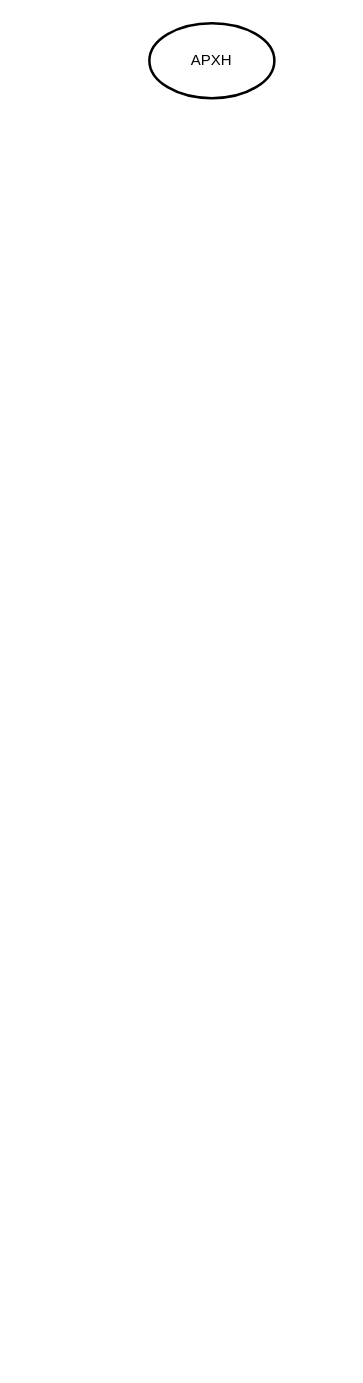
Above: Untitled Diagram.drawio in konstantinosk31/Microcomputer-Systems (draw.io), before the change. Source tidied: cells renumbered, new cells numbered last; positions are measured from the earlier drawing's top-left corner, leaving out a move shared by most shapes. Both pictures are drawn from the tidied source at 125%, with x=0, y=0 at pixel (149, 22).
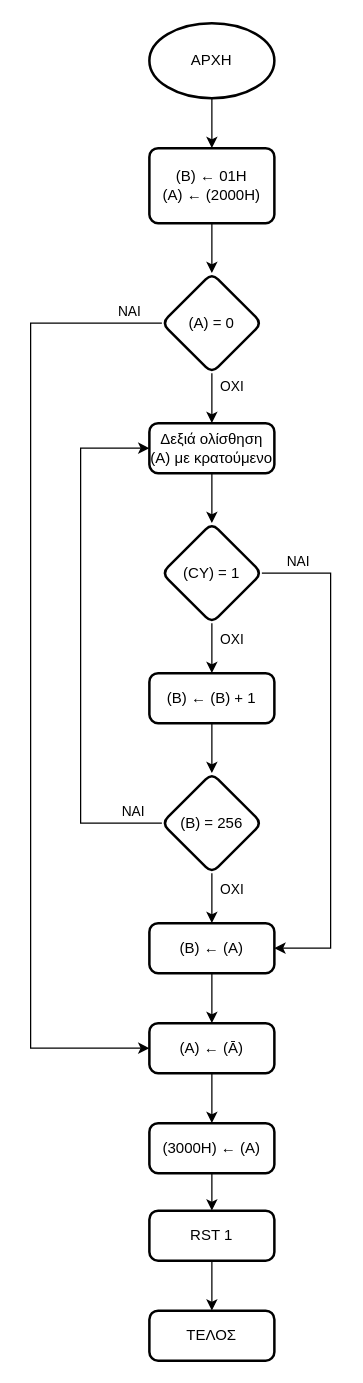
After the change.

Unchanged cells that the change refers to:
```xml
<mxCell id="2" value="ΑΡΧΗ" style="strokeWidth=2;html=1;shape=mxgraph.flowchart.start_1;whiteSpace=wrap;" parent="1" vertex="1">
  <mxGeometry width="100" height="60" as="geometry" />
</mxCell>
```

Diff of the diagram source:
```diff
@@
+    <mxCell id="3" style="edgeStyle=orthogonalEdgeStyle;rounded=0;jettySize=auto;html=1;" parent="1" edge="1" source="2" target="5">
+      <mxGeometry relative="1" as="geometry" />
+    </mxCell>
@@
+    <mxCell id="4" style="edgeStyle=orthogonalEdgeStyle;rounded=0;jettySize=auto;html=1;" parent="1" edge="1" source="5" target="10">
+      <mxGeometry relative="1" as="geometry" />
+    </mxCell>
+    <mxCell id="5" value="&lt;div&gt;(Β) ← 01H&lt;/div&gt;&lt;div&gt;(A) ← (2000H)&lt;/div&gt;" style="rounded=1;whiteSpace=wrap;html=1;absoluteArcSize=1;arcSize=14;strokeWidth=2;" parent="1" vertex="1">
+      <mxGeometry y="100" width="100" height="60" as="geometry" />
+    </mxCell>
+    <mxCell id="6" style="edgeStyle=orthogonalEdgeStyle;rounded=0;jettySize=auto;html=1;entryX=0;entryY=0.5;entryDx=0;entryDy=0;" parent="1" edge="1" source="10" target="28">
+      <mxGeometry relative="1" as="geometry">
+        <Array as="points">
+          <mxPoint x="-95" y="240" />
+          <mxPoint x="-95" y="820" />
+        </Array>
+      </mxGeometry>
+    </mxCell>
+    <mxCell id="7" value="ΝΑΙ" style="edgeLabel;html=1;align=center;verticalAlign=middle;" parent="6" vertex="1">
+      <mxGeometry x="-0.94" y="-1" relative="1" as="geometry">
+        <mxPoint x="-4" y="-9" as="offset" />
+      </mxGeometry>
+    </mxCell>
+    <mxCell id="8" style="edgeStyle=orthogonalEdgeStyle;rounded=0;jettySize=auto;html=1;" parent="1" edge="1" source="10" target="12">
+      <mxGeometry relative="1" as="geometry" />
+    </mxCell>
+    <mxCell id="9" value="ΟΧΙ" style="edgeLabel;html=1;align=center;verticalAlign=middle;" parent="8" vertex="1">
+      <mxGeometry x="-0.53" y="-1" relative="1" as="geometry">
+        <mxPoint x="16" y="1" as="offset" />
+      </mxGeometry>
+    </mxCell>
+    <mxCell id="10" value="(A) = 0" style="rhombus;whiteSpace=wrap;html=1;rounded=1;arcSize=14;strokeWidth=2;" parent="1" vertex="1">
+      <mxGeometry x="10" y="200" width="80" height="80" as="geometry" />
+    </mxCell>
+    <mxCell id="11" style="edgeStyle=orthogonalEdgeStyle;rounded=0;jettySize=auto;html=1;" parent="1" edge="1" source="12" target="17">
+      <mxGeometry relative="1" as="geometry" />
+    </mxCell>
+    <mxCell id="12" value="Δεξιά ολίσθηση (Α) με κρατούμενο" style="rounded=1;whiteSpace=wrap;html=1;absoluteArcSize=1;arcSize=14;strokeWidth=2;" parent="1" vertex="1">
+      <mxGeometry y="320" width="100" height="40" as="geometry" />
+    </mxCell>
+    <mxCell id="13" style="edgeStyle=orthogonalEdgeStyle;rounded=0;jettySize=auto;html=1;exitX=1;exitY=0.5;exitDx=0;exitDy=0;entryX=1;entryY=0.5;entryDx=0;entryDy=0;" parent="1" edge="1" source="17" target="26">
+      <mxGeometry relative="1" as="geometry">
+        <Array as="points">
+          <mxPoint x="145" y="440" />
+          <mxPoint x="145" y="740" />
+        </Array>
+      </mxGeometry>
+    </mxCell>
+    <mxCell id="14" value="ΝΑΙ" style="edgeLabel;html=1;align=center;verticalAlign=middle;" parent="13" vertex="1">
+      <mxGeometry x="-0.86" y="1" relative="1" as="geometry">
+        <mxPoint y="-9" as="offset" />
+      </mxGeometry>
+    </mxCell>
+    <mxCell id="15" style="edgeStyle=orthogonalEdgeStyle;rounded=0;jettySize=auto;html=1;" parent="1" edge="1" source="17" target="19">
+      <mxGeometry relative="1" as="geometry" />
+    </mxCell>
+    <mxCell id="16" value="ΟΧΙ" style="edgeLabel;html=1;align=center;verticalAlign=middle;" parent="15" vertex="1">
+      <mxGeometry x="-0.42" y="-1" relative="1" as="geometry">
+        <mxPoint x="16" as="offset" />
+      </mxGeometry>
+    </mxCell>
+    <mxCell id="17" value="(CY) = 1" style="rhombus;whiteSpace=wrap;html=1;rounded=1;arcSize=14;strokeWidth=2;" parent="1" vertex="1">
+      <mxGeometry x="10" y="400" width="80" height="80" as="geometry" />
+    </mxCell>
+    <mxCell id="18" style="edgeStyle=orthogonalEdgeStyle;rounded=0;jettySize=auto;html=1;" parent="1" edge="1" source="19" target="24">
+      <mxGeometry relative="1" as="geometry" />
+    </mxCell>
+    <mxCell id="19" value="(B) ← (B) + 1" style="rounded=1;whiteSpace=wrap;html=1;absoluteArcSize=1;arcSize=14;strokeWidth=2;" parent="1" vertex="1">
+      <mxGeometry y="520" width="100" height="40" as="geometry" />
+    </mxCell>
+    <mxCell id="20" style="edgeStyle=orthogonalEdgeStyle;rounded=0;jettySize=auto;html=1;" parent="1" edge="1" source="24" target="26">
+      <mxGeometry relative="1" as="geometry" />
+    </mxCell>
+    <mxCell id="21" value="ΟΧΙ" style="edgeLabel;html=1;align=center;verticalAlign=middle;" parent="20" vertex="1">
+      <mxGeometry x="-0.42" relative="1" as="geometry">
+        <mxPoint x="15" as="offset" />
+      </mxGeometry>
+    </mxCell>
+    <mxCell id="22" style="edgeStyle=orthogonalEdgeStyle;rounded=0;jettySize=auto;html=1;entryX=0;entryY=0.5;entryDx=0;entryDy=0;" parent="1" edge="1" source="24" target="12">
+      <mxGeometry relative="1" as="geometry">
+        <Array as="points">
+          <mxPoint x="-55" y="640" />
+          <mxPoint x="-55" y="340" />
+        </Array>
+      </mxGeometry>
+    </mxCell>
+    <mxCell id="23" value="ΝΑΙ" style="edgeLabel;html=1;align=center;verticalAlign=middle;" parent="22" vertex="1">
+      <mxGeometry x="-0.83" y="-1" relative="1" as="geometry">
+        <mxPoint x="12" y="-9" as="offset" />
+      </mxGeometry>
+    </mxCell>
+    <mxCell id="24" value="(B) = 256" style="rhombus;whiteSpace=wrap;html=1;rounded=1;arcSize=14;strokeWidth=2;" parent="1" vertex="1">
+      <mxGeometry x="10" y="600" width="80" height="80" as="geometry" />
+    </mxCell>
+    <mxCell id="25" style="edgeStyle=orthogonalEdgeStyle;rounded=0;jettySize=auto;html=1;" parent="1" edge="1" source="26" target="28">
+      <mxGeometry relative="1" as="geometry" />
+    </mxCell>
+    <mxCell id="26" value="(B) ← (A)" style="rounded=1;whiteSpace=wrap;html=1;absoluteArcSize=1;arcSize=14;strokeWidth=2;" parent="1" vertex="1">
+      <mxGeometry y="720" width="100" height="40" as="geometry" />
+    </mxCell>
+    <mxCell id="27" style="edgeStyle=orthogonalEdgeStyle;rounded=0;jettySize=auto;html=1;" parent="1" edge="1" source="28" target="30">
+      <mxGeometry relative="1" as="geometry" />
+    </mxCell>
+    <mxCell id="28" value="(A) ← (Ā)" style="rounded=1;whiteSpace=wrap;html=1;absoluteArcSize=1;arcSize=14;strokeWidth=2;" parent="1" vertex="1">
+      <mxGeometry y="800" width="100" height="40" as="geometry" />
+    </mxCell>
+    <mxCell id="29" style="edgeStyle=orthogonalEdgeStyle;rounded=0;jettySize=auto;html=1;" parent="1" edge="1" source="30" target="32">
+      <mxGeometry relative="1" as="geometry" />
+    </mxCell>
+    <mxCell id="30" value="(3000H) ← (A)" style="rounded=1;whiteSpace=wrap;html=1;absoluteArcSize=1;arcSize=14;strokeWidth=2;" parent="1" vertex="1">
+      <mxGeometry y="880" width="100" height="40" as="geometry" />
+    </mxCell>
+    <mxCell id="31" style="edgeStyle=orthogonalEdgeStyle;rounded=0;jettySize=auto;html=1;" parent="1" edge="1" source="32" target="33">
+      <mxGeometry relative="1" as="geometry" />
+    </mxCell>
+    <mxCell id="32" value="RST 1" style="rounded=1;whiteSpace=wrap;html=1;absoluteArcSize=1;arcSize=14;strokeWidth=2;" parent="1" vertex="1">
+      <mxGeometry y="950" width="100" height="40" as="geometry" />
+    </mxCell>
+    <mxCell id="33" value="&lt;div&gt;ΤΕΛΟΣ&lt;/div&gt;" style="rounded=1;whiteSpace=wrap;html=1;absoluteArcSize=1;arcSize=14;strokeWidth=2;" parent="1" vertex="1">
+      <mxGeometry y="1030" width="100" height="40" as="geometry" />
+    </mxCell>
```
